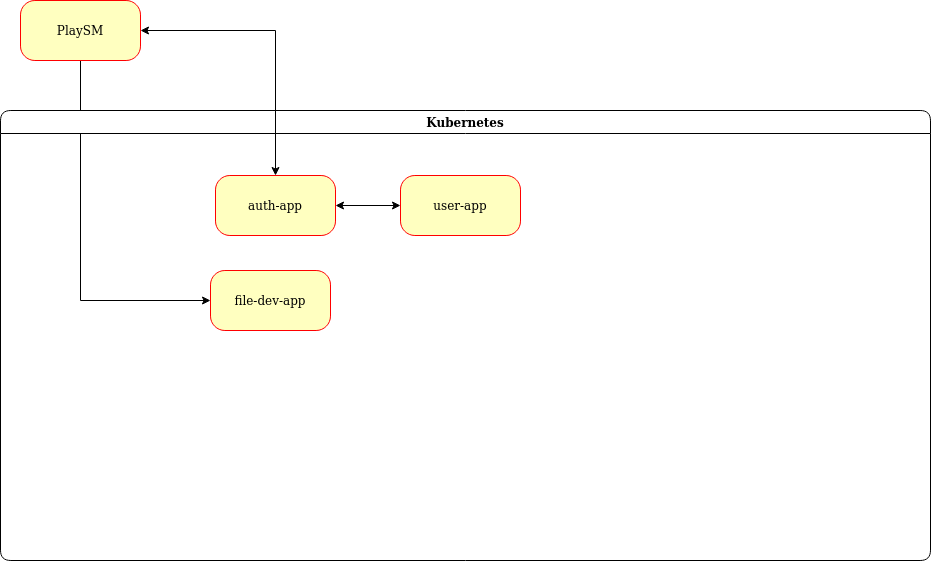
Above: project/diagram/msa-project-as-is.drawio.png in MichaelNS/otus_micro_arch (draw.io), before the change. Source tidied: cells renumbered, new cells last; positions are measured from the earlier drawing's top-left corner, leaving out a move shared by most shapes. Its diagram source:
```xml
<mxGraphModel>
  <root>
    <mxCell id="0" />
    <mxCell id="1" parent="0" />
    <mxCell id="2" style="edgeStyle=orthogonalEdgeStyle;rounded=0;jettySize=auto;html=1;exitX=0.5;exitY=1;exitDx=0;exitDy=0;entryX=0;entryY=0.5;entryDx=0;entryDy=0;" parent="1" edge="1" source="3" target="6">
      <mxGeometry relative="1" as="geometry" />
    </mxCell>
    <mxCell id="3" value="&lt;div&gt;PlaySM&lt;/div&gt;" style="rounded=1;whiteSpace=wrap;html=1;arcSize=24;fillColor=#ffffc0;strokeColor=#ff0000;shadow=0;comic=0;labelBackgroundColor=none;fontFamily=Verdana;fontSize=12;fontColor=#000000;align=center;" parent="1" vertex="1">
      <mxGeometry x="20" width="120" height="60" as="geometry" />
    </mxCell>
    <mxCell id="4" value="&lt;div&gt;Kubernetes&lt;/div&gt;" style="swimlane;whiteSpace=wrap;html=1;rounded=1;shadow=0;comic=0;labelBackgroundColor=none;strokeWidth=1;fontFamily=Verdana;fontSize=12;align=center;" parent="1" vertex="1">
      <mxGeometry y="110" width="930" height="450" as="geometry" />
    </mxCell>
    <mxCell id="5" value="&lt;div&gt;auth-app&lt;/div&gt;" style="rounded=1;whiteSpace=wrap;html=1;arcSize=24;fillColor=#ffffc0;strokeColor=#ff0000;shadow=0;comic=0;labelBackgroundColor=none;fontFamily=Verdana;fontSize=12;fontColor=#000000;align=center;" parent="4" vertex="1">
      <mxGeometry x="215" y="65" width="120" height="60" as="geometry" />
    </mxCell>
    <mxCell id="6" value="&lt;div&gt;file-dev-app&lt;/div&gt;" style="rounded=1;whiteSpace=wrap;html=1;arcSize=24;fillColor=#ffffc0;strokeColor=#ff0000;shadow=0;comic=0;labelBackgroundColor=none;fontFamily=Verdana;fontSize=12;fontColor=#000000;align=center;" parent="4" vertex="1">
      <mxGeometry x="210" y="160" width="120" height="60" as="geometry" />
    </mxCell>
    <mxCell id="7" value="&lt;div&gt;user-app&lt;/div&gt;" style="rounded=1;whiteSpace=wrap;html=1;arcSize=24;fillColor=#ffffc0;strokeColor=#ff0000;shadow=0;comic=0;labelBackgroundColor=none;fontFamily=Verdana;fontSize=12;fontColor=#000000;align=center;" parent="4" vertex="1">
      <mxGeometry x="400" y="65" width="120" height="60" as="geometry" />
    </mxCell>
    <mxCell id="8" style="endArrow=classic;startArrow=classic;html=1;rounded=0;exitX=1;exitY=0.5;exitDx=0;exitDy=0;entryX=0;entryY=0.5;entryDx=0;entryDy=0;" parent="4" edge="1" source="5" target="7">
      <mxGeometry relative="1" as="geometry" />
    </mxCell>
    <mxCell id="9" style="endArrow=classic;startArrow=classic;html=1;rounded=0;exitX=1;exitY=0.5;exitDx=0;exitDy=0;" parent="1" edge="1" source="3" target="5">
      <mxGeometry relative="1" as="geometry">
        <Array as="points">
          <mxPoint x="275" y="30" />
        </Array>
      </mxGeometry>
    </mxCell>
  </root>
</mxGraphModel>
```
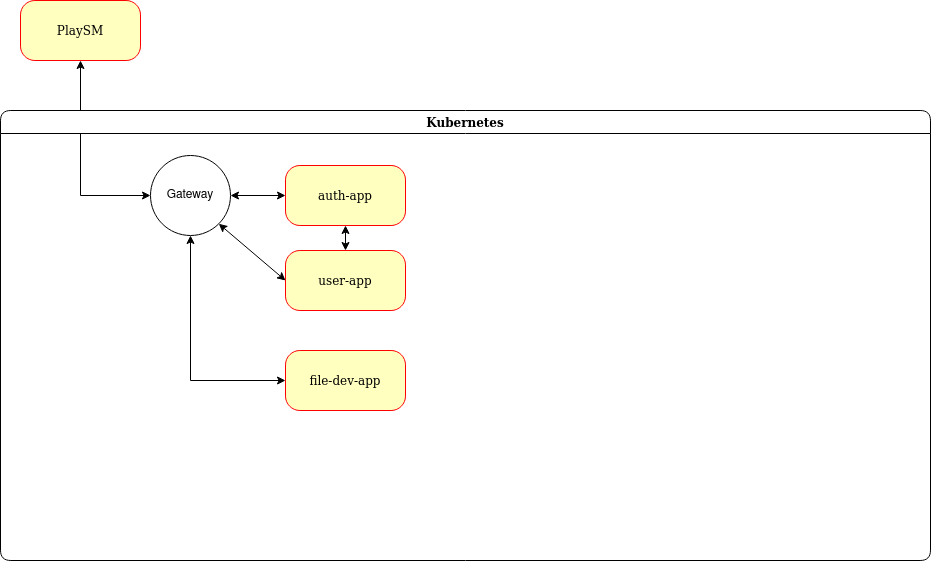
Above is the later version.

Change to the diagram source:
```diff
@@ -2,7 +2,7 @@
   <root>
     <mxCell id="0" />
     <mxCell id="1" parent="0" />
-    <mxCell id="2" style="edgeStyle=orthogonalEdgeStyle;rounded=0;jettySize=auto;html=1;exitX=0.5;exitY=1;exitDx=0;exitDy=0;entryX=0;entryY=0.5;entryDx=0;entryDy=0;" parent="1" edge="1" source="3" target="6">
+    <mxCell id="2" style="edgeStyle=orthogonalEdgeStyle;rounded=0;jettySize=auto;html=1;exitX=0.5;exitY=1;exitDx=0;exitDy=0;entryX=0;entryY=0.5;entryDx=0;entryDy=0;startArrow=classic;startFill=1;" parent="1" edge="1" source="3" target="10">
       <mxGeometry relative="1" as="geometry" />
     </mxCell>
     <mxCell id="3" value="&lt;div&gt;PlaySM&lt;/div&gt;" style="rounded=1;whiteSpace=wrap;html=1;arcSize=24;fillColor=#ffffc0;strokeColor=#ff0000;shadow=0;comic=0;labelBackgroundColor=none;fontFamily=Verdana;fontSize=12;fontColor=#000000;align=center;" parent="1" vertex="1">
@@ -12,23 +12,32 @@
       <mxGeometry y="110" width="930" height="450" as="geometry" />
     </mxCell>
     <mxCell id="5" value="&lt;div&gt;auth-app&lt;/div&gt;" style="rounded=1;whiteSpace=wrap;html=1;arcSize=24;fillColor=#ffffc0;strokeColor=#ff0000;shadow=0;comic=0;labelBackgroundColor=none;fontFamily=Verdana;fontSize=12;fontColor=#000000;align=center;" parent="4" vertex="1">
-      <mxGeometry x="215" y="65" width="120" height="60" as="geometry" />
+      <mxGeometry x="285" y="55" width="120" height="60" as="geometry" />
     </mxCell>
     <mxCell id="6" value="&lt;div&gt;file-dev-app&lt;/div&gt;" style="rounded=1;whiteSpace=wrap;html=1;arcSize=24;fillColor=#ffffc0;strokeColor=#ff0000;shadow=0;comic=0;labelBackgroundColor=none;fontFamily=Verdana;fontSize=12;fontColor=#000000;align=center;" parent="4" vertex="1">
-      <mxGeometry x="210" y="160" width="120" height="60" as="geometry" />
+      <mxGeometry x="285" y="240" width="120" height="60" as="geometry" />
     </mxCell>
     <mxCell id="7" value="&lt;div&gt;user-app&lt;/div&gt;" style="rounded=1;whiteSpace=wrap;html=1;arcSize=24;fillColor=#ffffc0;strokeColor=#ff0000;shadow=0;comic=0;labelBackgroundColor=none;fontFamily=Verdana;fontSize=12;fontColor=#000000;align=center;" parent="4" vertex="1">
-      <mxGeometry x="400" y="65" width="120" height="60" as="geometry" />
+      <mxGeometry x="285" y="140" width="120" height="60" as="geometry" />
     </mxCell>
-    <mxCell id="8" style="endArrow=classic;startArrow=classic;html=1;rounded=0;exitX=1;exitY=0.5;exitDx=0;exitDy=0;entryX=0;entryY=0.5;entryDx=0;entryDy=0;" parent="4" edge="1" source="5" target="7">
+    <mxCell id="8" style="endArrow=classic;startArrow=classic;html=1;rounded=0;exitX=0.5;exitY=1;exitDx=0;exitDy=0;entryX=0.5;entryY=0;entryDx=0;entryDy=0;" parent="4" edge="1" source="5" target="7">
       <mxGeometry relative="1" as="geometry" />
     </mxCell>
+    <mxCell id="10" value="&lt;div&gt;Gateway&lt;/div&gt;" style="ellipse;whiteSpace=wrap;html=1;" parent="4" vertex="1">
+      <mxGeometry x="150" y="45" width="80" height="80" as="geometry" />
+    </mxCell>
+    <mxCell id="11" style="endArrow=classic;startArrow=classic;html=1;rounded=0;exitX=0.5;exitY=1;exitDx=0;exitDy=0;entryX=0;entryY=0.5;entryDx=0;entryDy=0;" parent="4" edge="1" source="10" target="6">
+      <mxGeometry relative="1" as="geometry">
+        <Array as="points">
+          <mxPoint x="190" y="270" />
+        </Array>
+      </mxGeometry>
+    </mxCell>
+    <mxCell id="12" style="endArrow=classic;startArrow=classic;html=1;rounded=0;entryX=0;entryY=0.5;entryDx=0;entryDy=0;" parent="4" edge="1" source="10" target="5">
+      <mxGeometry relative="1" as="geometry" />
+    </mxCell>
-    <mxCell id="9" style="endArrow=classic;startArrow=classic;html=1;rounded=0;exitX=1;exitY=0.5;exitDx=0;exitDy=0;" parent="1" edge="1" source="3" target="5">
-      <mxGeometry relative="1" as="geometry">
-        <Array as="points">
-          <mxPoint x="275" y="30" />
-        </Array>
-      </mxGeometry>
+    <mxCell id="9" style="endArrow=classic;startArrow=classic;html=1;rounded=0;exitX=0;exitY=0.5;exitDx=0;exitDy=0;entryX=1;entryY=1;entryDx=0;entryDy=0;" parent="4" edge="1" source="7" target="10">
+      <mxGeometry relative="1" as="geometry" />
     </mxCell>
   </root>
 </mxGraphModel>
```
